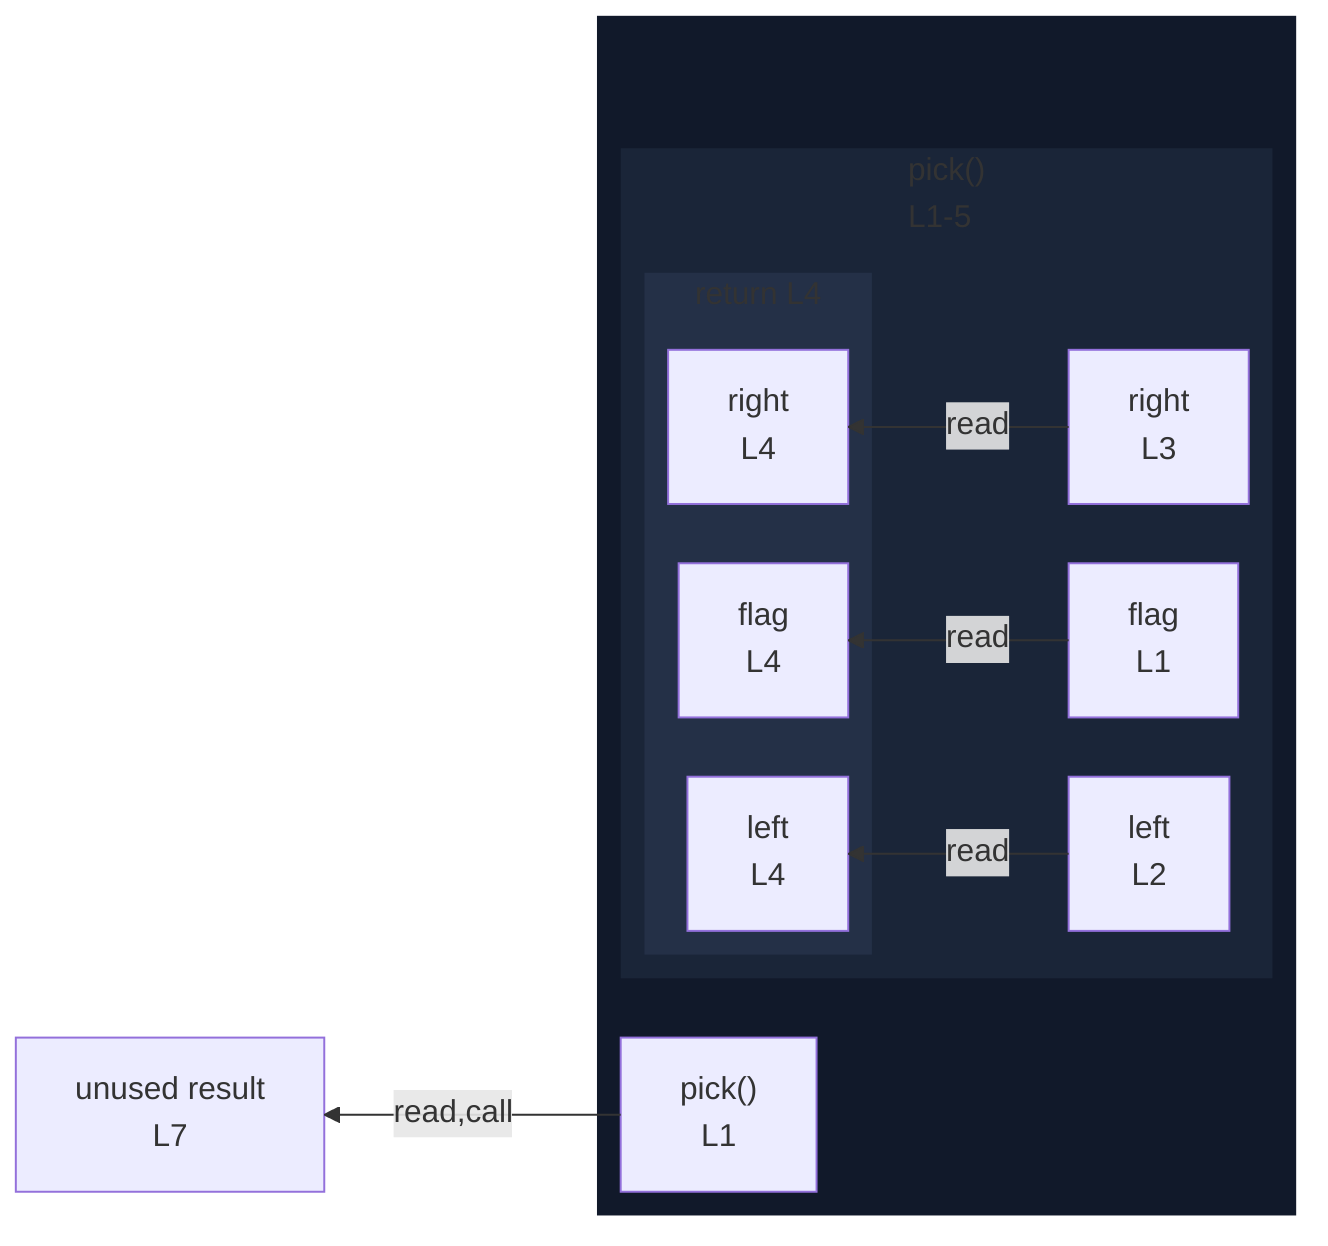
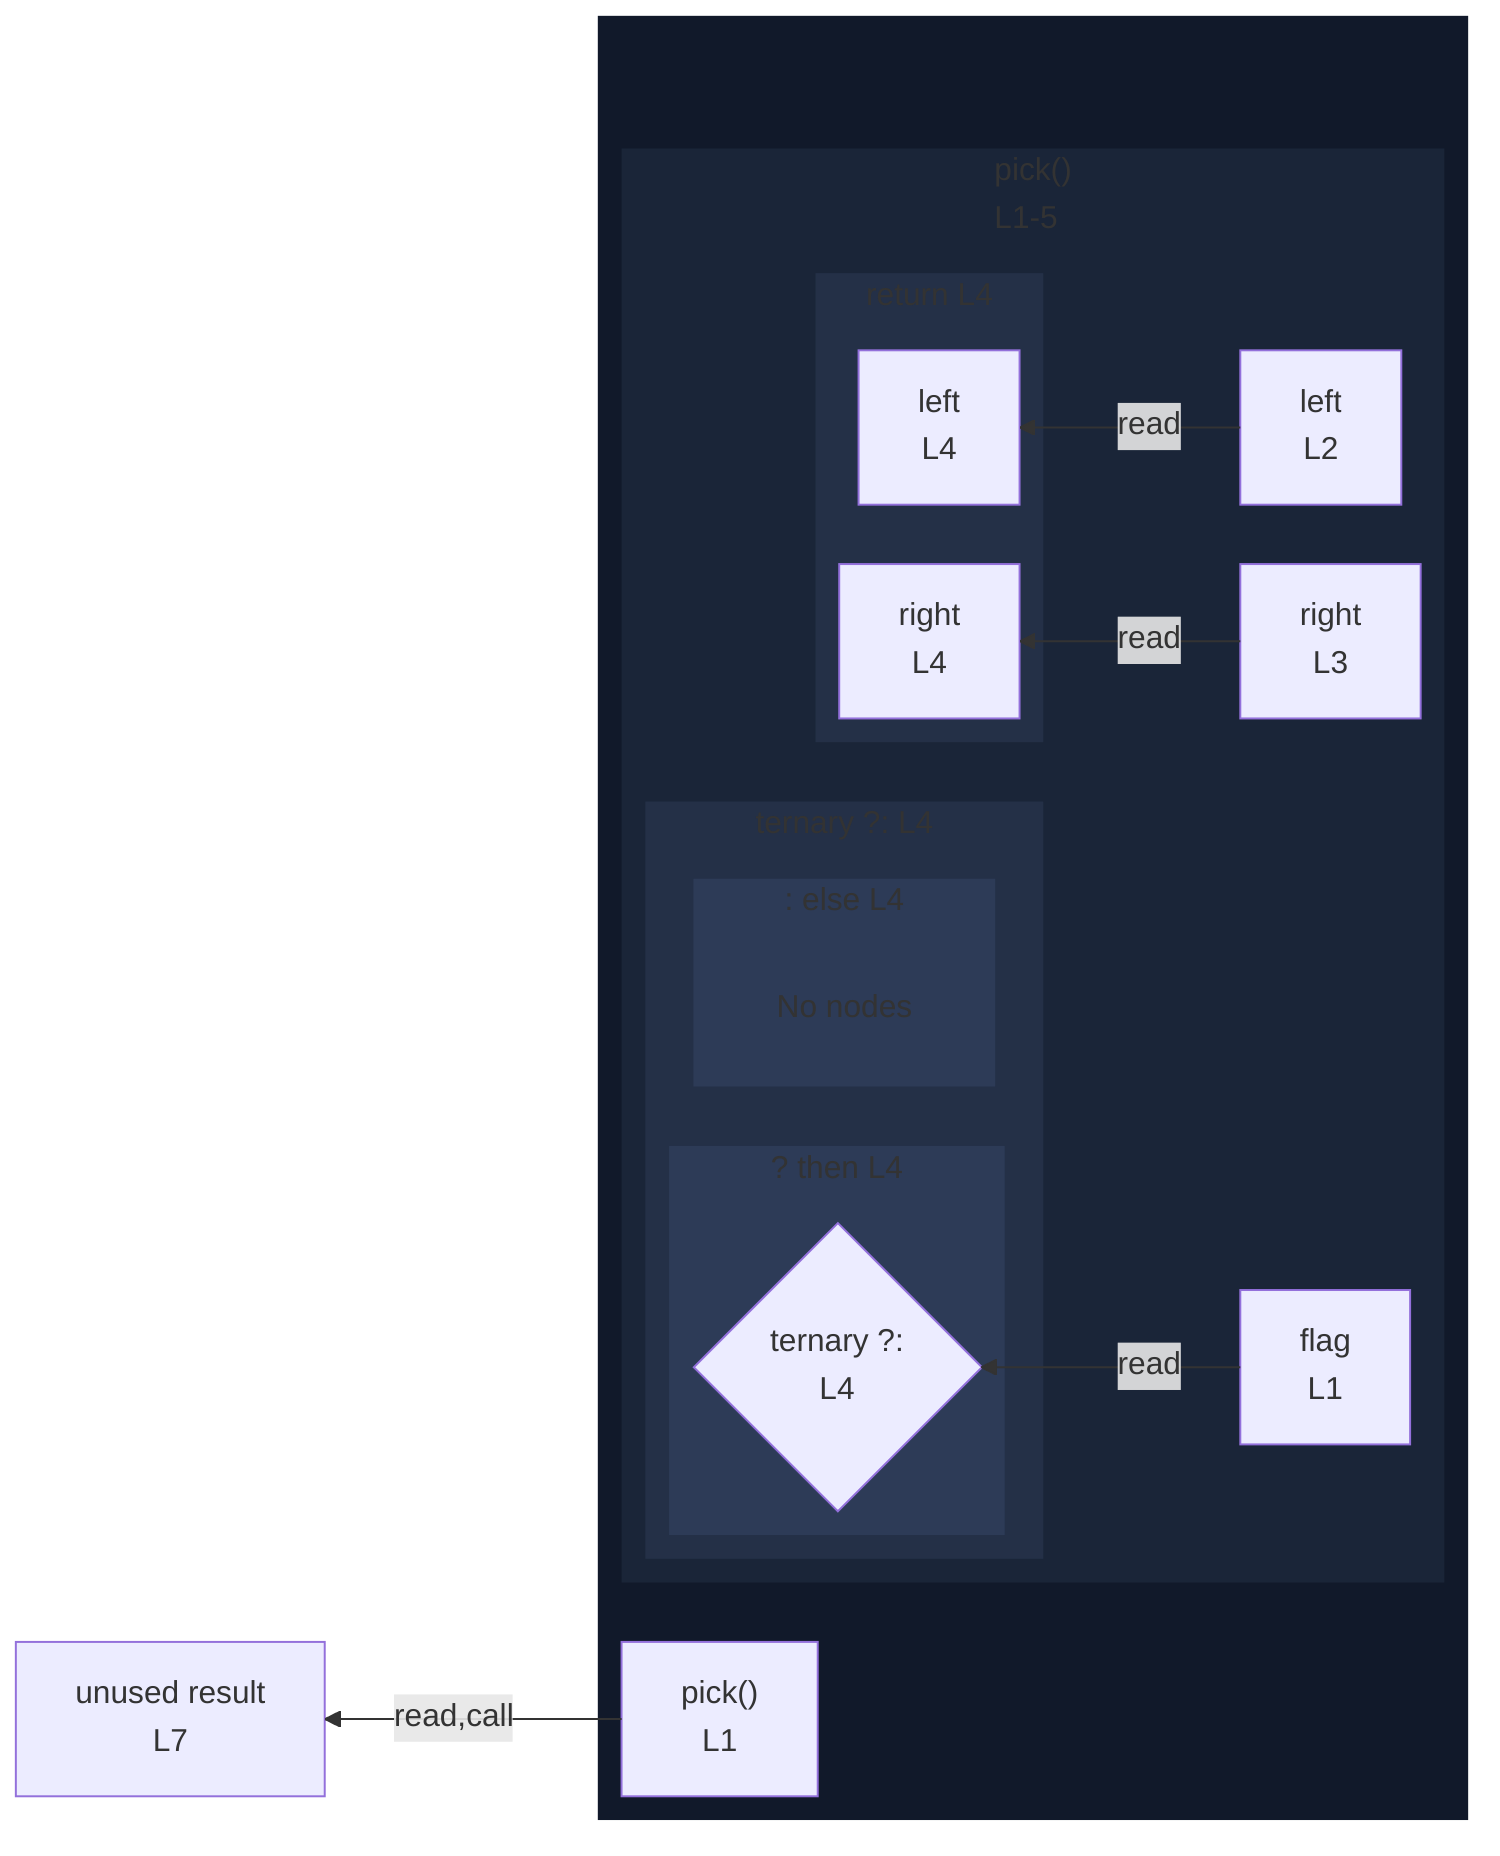
%%{init: {"flowchart": {"defaultRenderer": "elk"}}}%%
flowchart RL
  n_scope_0_result_114["unused result<br/>L7"]
  subgraph wrap_s_scope_1[" "]
    direction TB
    n_scope_0_pick_9["pick()<br/>L1"]
    subgraph s_scope_1["pick()<br/>L1-5"]
      direction RL
      n_scope_1_flag_14["flag<br/>L1"]
      n_scope_1_left_39["left<br/>L2"]
      n_scope_1_right_61["right<br/>L3"]
+       subgraph cont_ternary_scope_1_84["ternary ?: L4"]
+         direction RL
+         subgraph s_scope_2["? then L4"]
+           direction RL
+           ternary_test_scope_1_84{"ternary ?:<br/>L4"}
+         end
+         subgraph s_scope_3[": else L4"]
+           direction RL
+           elk_empty_s_scope_3["No nodes"]
+         end
+       end
      subgraph s_return_scope_0_pick_9_77_104["return L4"]
        direction RL
-         ret_use_ref_2["flag<br/>L4"]
        ret_use_ref_3["left<br/>L4"]
        ret_use_ref_4["right<br/>L4"]
      end
    end
  end
-   n_scope_1_flag_14 -->|read| ret_use_ref_2
+   n_scope_1_flag_14 -->|read| ternary_test_scope_1_84
  n_scope_1_left_39 -->|read| ret_use_ref_3
  n_scope_1_right_61 -->|read| ret_use_ref_4
  n_scope_0_pick_9 -->|read,call| n_scope_0_result_114
  classDef nestL1 fill:#11192a,stroke:transparent;
  class wrap_s_scope_1 nestL1;
  classDef nestL2 fill:#1a2538,stroke:transparent;
  class s_scope_1 nestL2;
  classDef nestL3 fill:#243047,stroke:transparent;
+   class cont_ternary_scope_1_84 nestL3;
  class s_return_scope_0_pick_9_77_104 nestL3;
+   classDef nestL4 fill:#2d3b57,stroke:transparent;
+   class s_scope_2 nestL4;
+   class s_scope_3 nestL4;
+   classDef elkEmptyPlaceholder fill:transparent,stroke:transparent;
+   class elk_empty_s_scope_3 elkEmptyPlaceholder;
